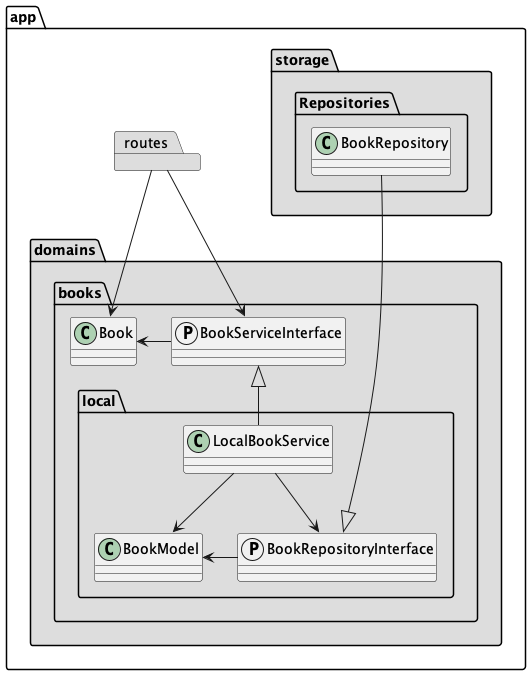
Before: architecture.png, a diagram exported from PlantUML (febus982/bootstrap-python-fastapi).
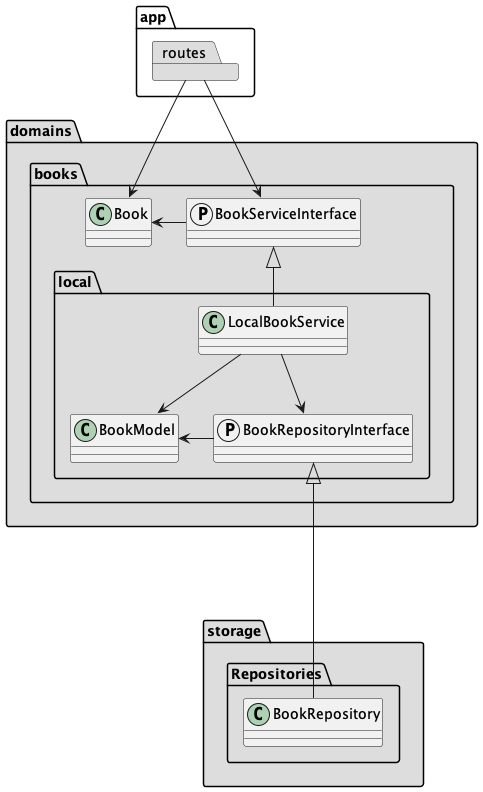
The same diagram one commit later.

Commit message:
Update architectural diagrams

The edit, as a diff of the source:
```diff
@@ -5,22 +5,24 @@
 package app {
     package routes #DDDDDD
 
-    package domains #DDDDDD {
-        package books {
-            class Book
-            protocol BookServiceInterface
-            package local {
-                class LocalBookService
-                protocol BookRepositoryInterface
-                class BookModel
-            }
+
+}
+
+package domains #DDDDDD {
+    package books {
+        class Book
+        protocol BookServiceInterface
+        package local {
+            class LocalBookService
+            protocol BookRepositoryInterface
+            class BookModel
         }
     }
+}
 
-    package storage #DDDDDD {
-        package Repositories {
-            class BookRepository
-        }
+package storage #DDDDDD {
+    package Repositories {
+        class BookRepository
     }
 }
 
@@ -33,5 +35,5 @@
 LocalBookService --> BookRepositoryInterface
 BookRepositoryInterface -l-> BookModel
 
-BookRepository ---d-|> BookRepositoryInterface
+BookRepository ---u-|> BookRepositoryInterface
 @enduml
```
